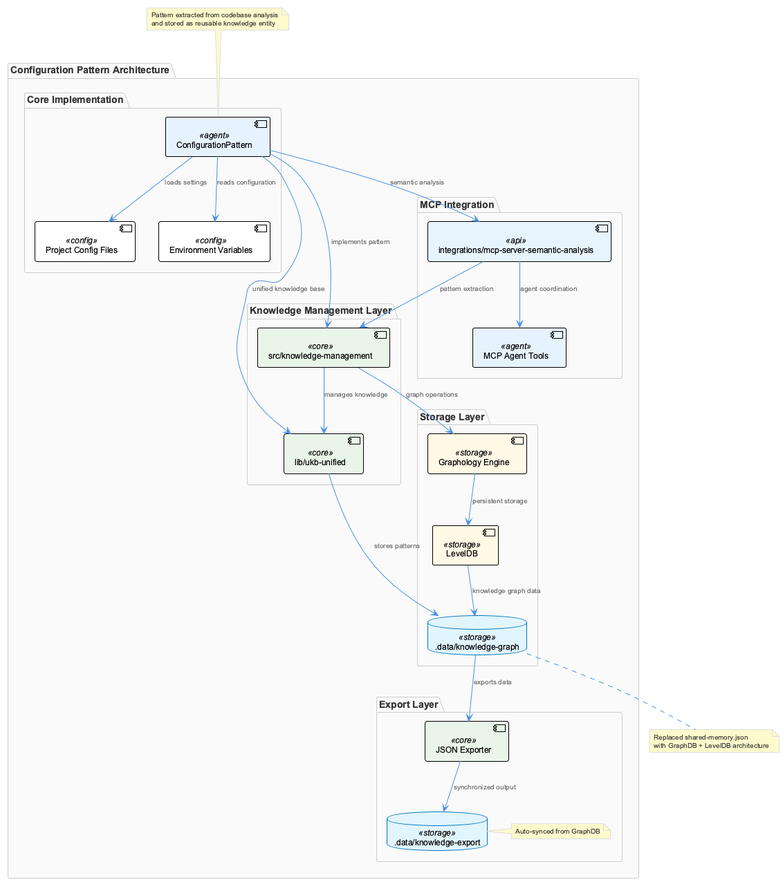
fwornle/coding keeps this PlantUML diagram as knowledge-management/insights/images/configuration-pattern-architecture.png. Above is the earlier version.
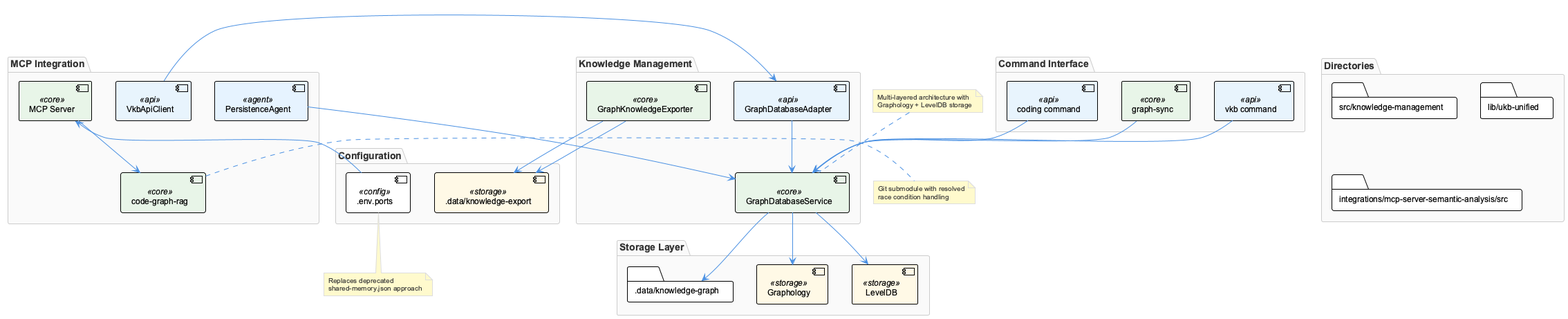
The same file after the commit.

What changed in the source:
```diff
@@ -1,59 +1,72 @@
 @startuml
 !include /Users/q284340/Agentic/coding/docs/puml/_standard-style.puml
 
-package "Configuration Pattern Architecture" {
-
-    package "Core Implementation" {
-        component [ConfigurationPattern] <<agent>> as cp
-        component [Environment Variables] <<config>> as env
-        component [Project Config Files] <<config>> as projconfig
-    }
-
-    package "Knowledge Management Layer" {
-        component [src/knowledge-management] <<core>> as km
-        component [lib/ukb-unified] <<core>> as ukb
-    }
-
-    package "MCP Integration" {
-        component [integrations/mcp-server-semantic-analysis] <<api>> as mcpserver
-        component [MCP Agent Tools] <<agent>> as mcptools
-    }
-
-    package "Storage Layer" {
-        component [Graphology Engine] <<storage>> as graphology
-        component [LevelDB] <<storage>> as leveldb
-        database ".data/knowledge-graph" <<storage>> as kgdb
-    }
-
-    package "Export Layer" {
-        component [JSON Exporter] <<core>> as jsonexp
-        database ".data/knowledge-export" <<storage>> as exportdb
-        note right of exportdb : Auto-synced from GraphDB
-    }
+package "Knowledge Management" {
+    component [GraphDatabaseService] <<core>>
+    component [GraphKnowledgeExporter] <<core>>
+    component [GraphDatabaseAdapter] <<api>>
 }
 
-cp --> env : reads configuration
-cp --> projconfig : loads settings
+package "Storage Layer" {
+    component [Graphology] <<storage>>
+    component [LevelDB] <<storage>>
+    folder ".data/knowledge-graph" as KGData
+}
 
-cp --> km : implements pattern
-cp --> ukb : unified knowledge base
-km --> ukb : manages knowledge
+package "MCP Integration" {
+    component [VkbApiClient] <<api>>
+    component [PersistenceAgent] <<agent>>
+    component [MCP Server] <<core>>
+    component [code-graph-rag] <<core>>
+}
 
-cp --> mcpserver : semantic analysis
-mcpserver --> mcptools : agent coordination
+package "Command Interface" {
+    component [vkb command] <<api>>
+    component [coding command] <<api>>
+    component [graph-sync] <<core>>
+}
 
-km --> graphology : graph operations
-graphology --> leveldb : persistent storage
-leveldb --> kgdb : knowledge graph data
+package "Configuration" {
+    file [.env.ports] <<config>>
+    file [.data/knowledge-export] <<storage>>
+}
 
-kgdb --> jsonexp : exports data
-jsonexp --> exportdb : synchronized output
+package "Directories" {
+    folder "src/knowledge-management"
+    folder "lib/ukb-unified"
+    folder "integrations/mcp-server-semantic-analysis/src"
+}
 
-mcpserver --> km : pattern extraction
-ukb --> kgdb : stores patterns
+[GraphDatabaseService] --> [Graphology]
+[GraphDatabaseService] --> [LevelDB]
+[GraphDatabaseService] --> KGData
+[GraphKnowledgeExporter] --> [.data/knowledge-export]
+[GraphDatabaseAdapter] --> [GraphDatabaseService]
 
-note top of cp : Pattern extracted from codebase analysis\nand stored as reusable knowledge entity
+[VkbApiClient] --> [GraphDatabaseAdapter]
+[PersistenceAgent] --> [GraphDatabaseService]
+[MCP Server] --> [code-graph-rag]
 
-note bottom of kgdb : Replaced shared-memory.json\nwith GraphDB + LevelDB architecture
+[vkb command] --> [GraphDatabaseService]
+[coding command] --> [GraphDatabaseService]
+[graph-sync] --> [GraphDatabaseService]
+
+[.env.ports] --> [MCP Server]
+[GraphKnowledgeExporter] --> [.data/knowledge-export]
+
+note top of [GraphDatabaseService]
+    Multi-layered architecture with
+    Graphology + LevelDB storage
+end note
+
+note bottom of [.env.ports]
+    Replaces deprecated
+    shared-memory.json approach
+end note
+
+note right of [code-graph-rag]
+    Git submodule with resolved
+    race condition handling
+end note
 
 @enduml
```
